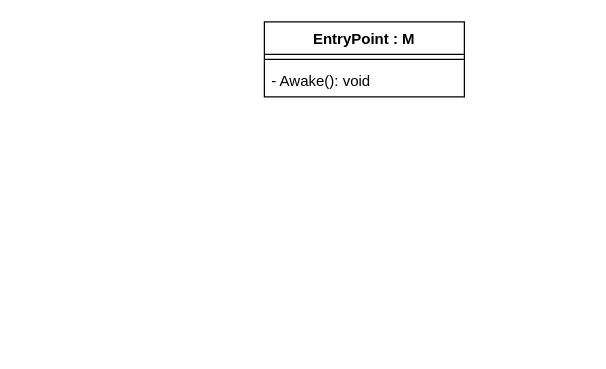
Before: Assets/_Presentation/UML/UML.drawio in IvanvIvanv/SpaceInvadersTask, a draw.io diagram. Source tidied: cells renumbered, new cells numbered last; positions are measured from the earlier drawing's top-left corner, leaving out a move shared by most shapes. Both pictures are drawn from the tidied source at 125%, with x=0, y=0 at pixel (264, 21).
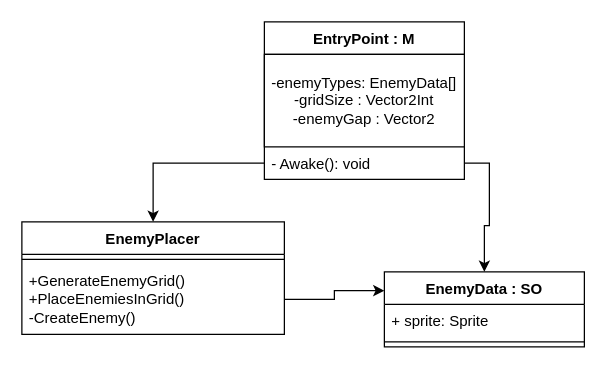
Above is the later version.

The edit, as a diff of the source:
```diff
@@
 <mxGraphModel>
   <root>
     <mxCell id="0" />
     <mxCell id="1" parent="0" />
     <mxCell id="2" value="EntryPoint : M" style="swimlane;fontStyle=1;align=center;verticalAlign=top;horizontal=1;startSize=26;whiteSpace=wrap;html=1;" parent="1" vertex="1">
-      <mxGeometry width="160" height="60" as="geometry" />
+      <mxGeometry width="160" height="126" as="geometry" />
     </mxCell>
-    <mxCell id="3" style="line;strokeWidth=1;fillColor=none;align=left;verticalAlign=middle;spacingTop=-1;spacingLeft=3;spacingRight=3;labelPosition=right;strokeColor=inherit;" parent="2" vertex="1">
-      <mxGeometry y="26" width="160" height="8" as="geometry" />
-    </mxCell>
+    <mxCell id="5" value="&lt;div&gt;-enemyTypes: EnemyData[]&lt;/div&gt;&lt;div&gt;-gridSize : Vector2Int&lt;/div&gt;&lt;div&gt;-enemyGap : Vector2&lt;/div&gt;" style="html=1;whiteSpace=wrap;" parent="2" vertex="1">
+      <mxGeometry y="26" width="160" height="74" as="geometry" />
+    </mxCell>
     <mxCell id="4" value="- Awake(): void" style="text;strokeColor=none;fillColor=none;align=left;verticalAlign=top;spacingLeft=4;spacingRight=4;overflow=hidden;points=[[0,0.5],[1,0.5]];portConstraint=eastwest;whiteSpace=wrap;html=1;" parent="2" vertex="1">
-      <mxGeometry y="34" width="160" height="26" as="geometry" />
+      <mxGeometry y="100" width="160" height="26" as="geometry" />
     </mxCell>
+    <mxCell id="6" value="EnemyPlacer" style="swimlane;fontStyle=1;align=center;verticalAlign=top;horizontal=1;startSize=26;whiteSpace=wrap;html=1;" parent="1" vertex="1">
+      <mxGeometry x="-194" y="160" width="210" height="90" as="geometry" />
+    </mxCell>
+    <mxCell id="7" style="line;strokeWidth=1;fillColor=none;align=left;verticalAlign=middle;spacingTop=-1;spacingLeft=3;spacingRight=3;labelPosition=right;strokeColor=inherit;" parent="6" vertex="1">
+      <mxGeometry y="26" width="210" height="8" as="geometry" />
+    </mxCell>
+    <mxCell id="8" value="&lt;div&gt;+GenerateEnemyGrid()&lt;br&gt;&lt;/div&gt;&lt;div&gt;+PlaceEnemiesInGrid()&lt;br&gt;&lt;/div&gt;&lt;div&gt;-CreateEnemy()&lt;br&gt;&lt;/div&gt;" style="text;strokeColor=none;fillColor=none;align=left;verticalAlign=top;spacingLeft=4;spacingRight=4;overflow=hidden;points=[[0,0.5],[1,0.5]];portConstraint=eastwest;whiteSpace=wrap;html=1;" parent="6" vertex="1">
+      <mxGeometry y="34" width="210" height="56" as="geometry" />
+    </mxCell>
+    <mxCell id="9" value="EnemyData : SO" style="swimlane;fontStyle=1;align=center;verticalAlign=top;horizontal=1;startSize=26;whiteSpace=wrap;html=1;" parent="1" vertex="1">
+      <mxGeometry x="96" y="200" width="160" height="60" as="geometry" />
+    </mxCell>
+    <mxCell id="10" value="+ sprite: Sprite" style="text;strokeColor=none;fillColor=none;align=left;verticalAlign=top;spacingLeft=4;spacingRight=4;overflow=hidden;whiteSpace=wrap;html=1;" parent="9" vertex="1">
+      <mxGeometry y="26" width="160" height="26" as="geometry" />
+    </mxCell>
+    <mxCell id="11" style="line;strokeWidth=1;fillColor=none;align=left;verticalAlign=middle;spacingTop=-1;spacingLeft=3;spacingRight=3;labelPosition=right;strokeColor=inherit;" parent="9" vertex="1">
+      <mxGeometry y="52" width="160" height="8" as="geometry" />
+    </mxCell>
+    <mxCell id="12" style="edgeStyle=orthogonalEdgeStyle;rounded=0;jettySize=auto;html=1;exitX=0;exitY=0.5;exitDx=0;exitDy=0;" parent="1" edge="1" source="4" target="6">
+      <mxGeometry relative="1" as="geometry" />
+    </mxCell>
+    <mxCell id="13" style="edgeStyle=orthogonalEdgeStyle;rounded=0;jettySize=auto;html=1;exitX=1;exitY=0.5;exitDx=0;exitDy=0;entryX=0;entryY=0.25;entryDx=0;entryDy=0;" parent="1" edge="1" source="8" target="9">
+      <mxGeometry relative="1" as="geometry" />
+    </mxCell>
+    <mxCell id="14" style="edgeStyle=orthogonalEdgeStyle;rounded=0;jettySize=auto;html=1;exitX=1;exitY=0.5;exitDx=0;exitDy=0;entryX=0.5;entryY=0;entryDx=0;entryDy=0;" parent="1" edge="1" source="4" target="9">
+      <mxGeometry relative="1" as="geometry" />
+    </mxCell>
   </root>
 </mxGraphModel>
```
